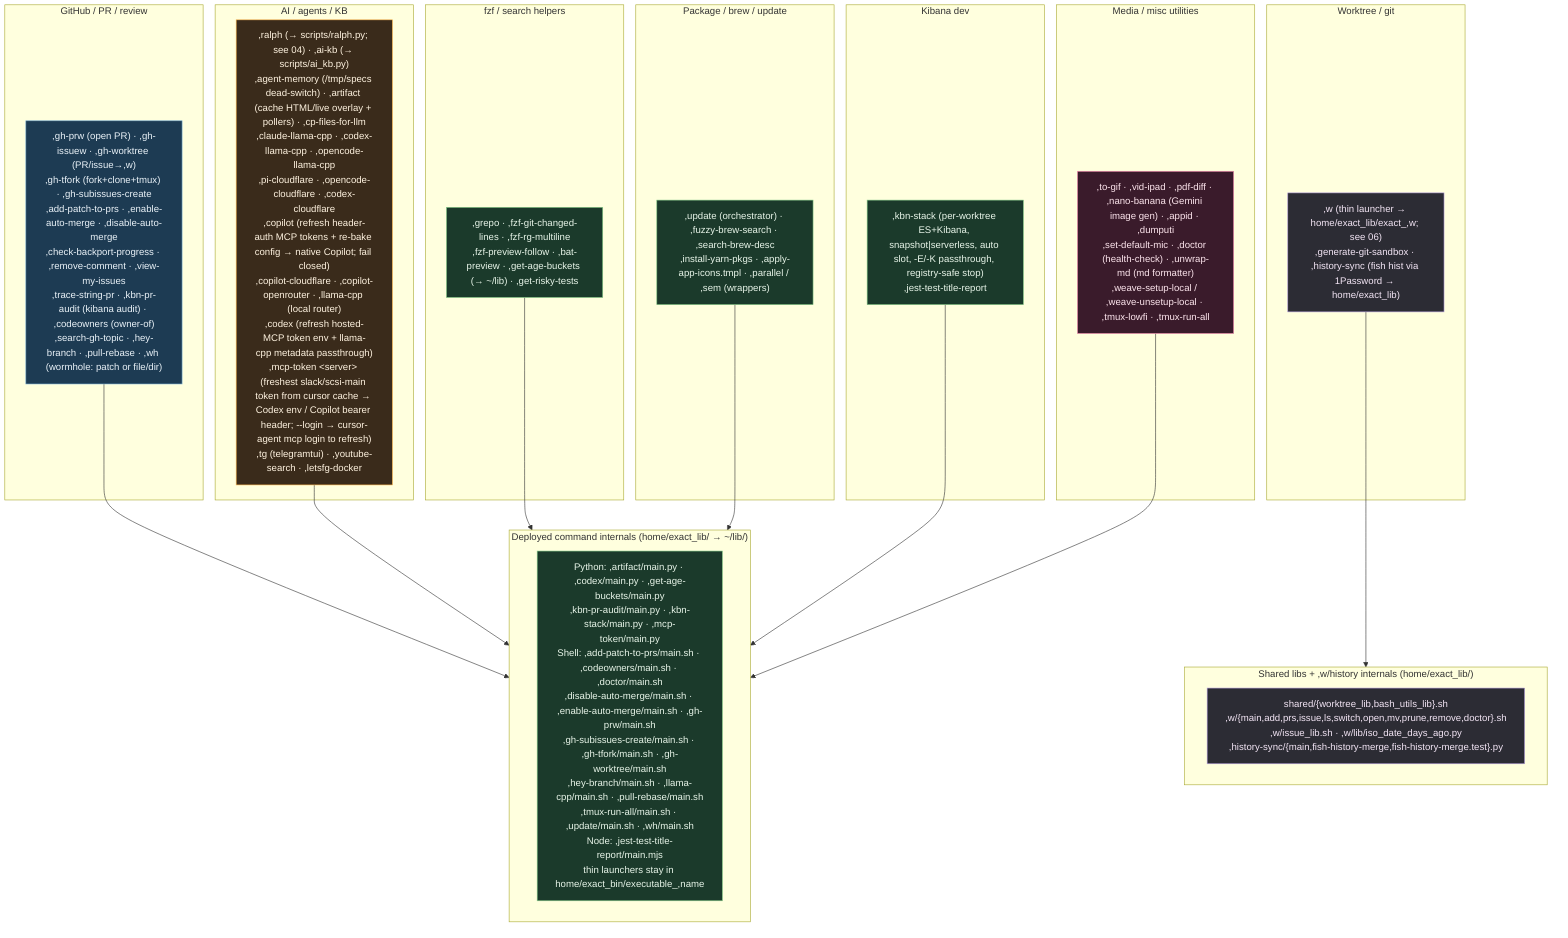
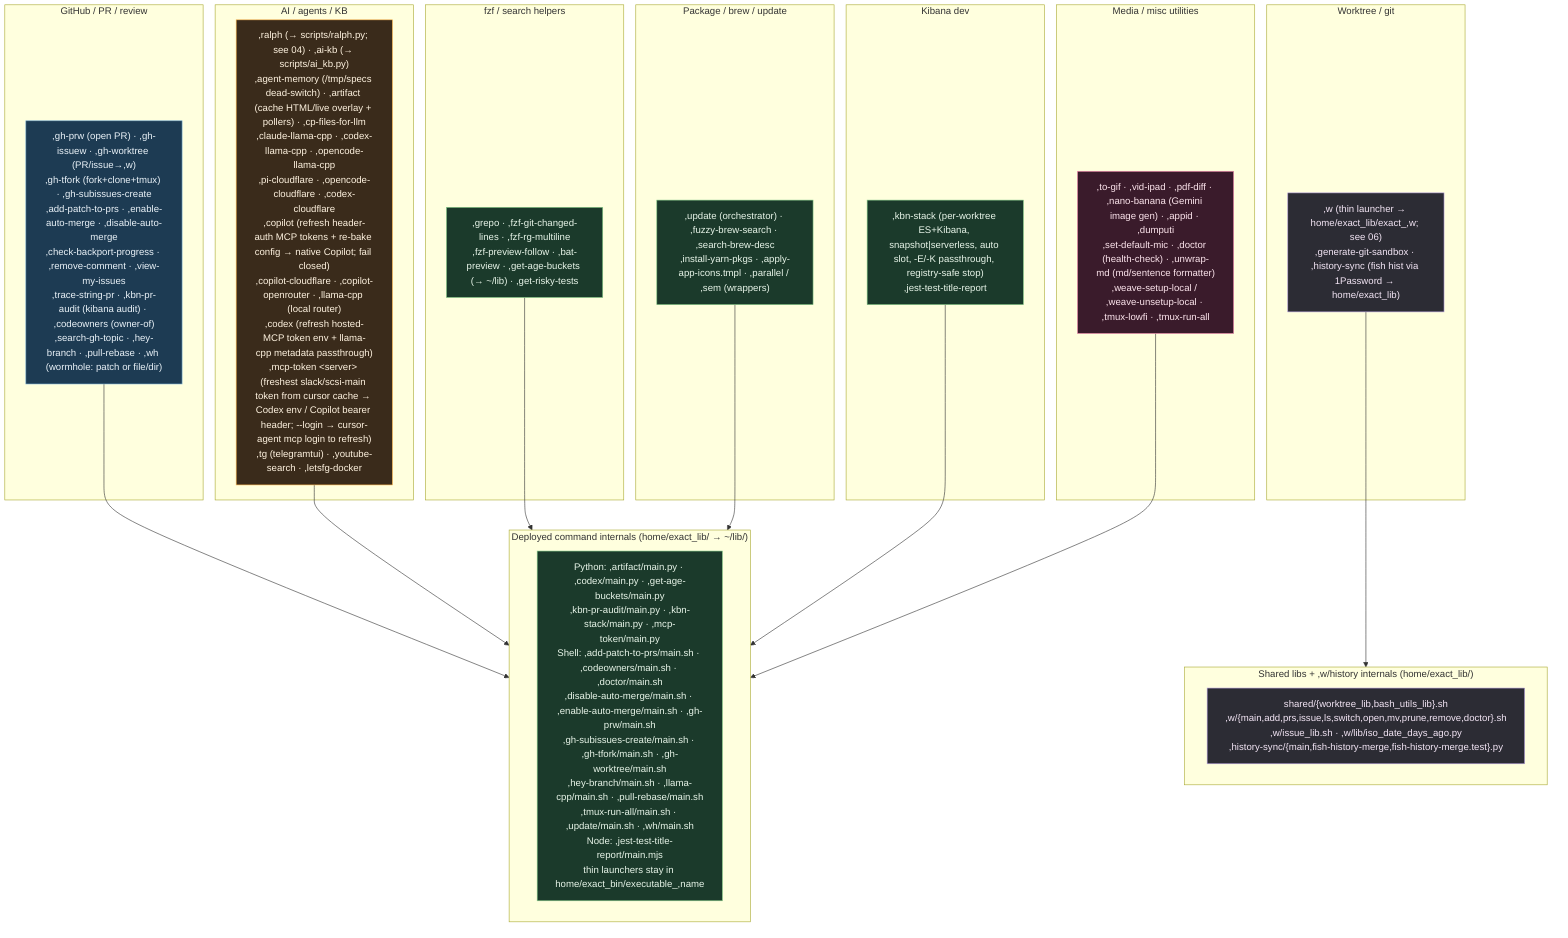
%% ============================================================================
%% 07c-bin-commands.mmd — Every thin command in home/exact_bin/ (70 thin commands)
%% plus deployed internals in home/exact_lib/ (40 command/shared library files).
%% executable_,* → ~/bin/,* (comma-prefixed user commands); home/exact_lib/exact_,name/
%% → ~/lib/,name/. verify-bin-surface keeps each command covered by fish
%% completions, docs, catalog, and non-orphaned command libraries.
%% ============================================================================
flowchart TB
    classDef gh fill:#1d3b53,stroke:#7fb3d5,color:#eaf2f8;
    classDef wt fill:#2c2c34,stroke:#b39ddb,color:#f3e5f5;
    classDef ai fill:#3a2b1b,stroke:#ffb74d,color:#fff3e0;
    classDef media fill:#3a1b2b,stroke:#f48fb1,color:#fce4ec;
    classDef sys fill:#1b3a2b,stroke:#81c784,color:#e8f5e9;

    subgraph GHC["GitHub / PR / review"]
        G[",gh-prw (open PR) · ,gh-issuew · ,gh-worktree (PR/issue→,w)<br/>,gh-tfork (fork+clone+tmux) · ,gh-subissues-create<br/>,add-patch-to-prs · ,enable-auto-merge · ,disable-auto-merge<br/>,check-backport-progress · ,remove-comment · ,view-my-issues<br/>,trace-string-pr · ,kbn-pr-audit (kibana audit) · ,codeowners (owner-of)<br/>,search-gh-topic · ,hey-branch · ,pull-rebase · ,wh (wormhole: patch or file/dir)"]:::gh
    end

    subgraph WTC["Worktree / git"]
        W[",w (thin launcher → home/exact_lib/exact_,w; see 06)<br/>,generate-git-sandbox · ,history-sync (fish hist via 1Password → home/exact_lib)"]:::wt
    end

    subgraph AIC["AI / agents / KB"]
        A[",ralph (→ scripts/ralph.py; see 04) · ,ai-kb (→ scripts/ai_kb.py)<br/>,agent-memory (/tmp/specs dead-switch) · ,artifact (cache HTML/live overlay + pollers) · ,cp-files-for-llm<br/>,claude-llama-cpp · ,codex-llama-cpp · ,opencode-llama-cpp<br/>,pi-cloudflare · ,opencode-cloudflare · ,codex-cloudflare<br/>,copilot (refresh header-auth MCP tokens + re-bake config → native Copilot; fail closed)<br/>,copilot-cloudflare · ,copilot-openrouter · ,llama-cpp (local router)<br/>,codex (refresh hosted-MCP token env + llama-cpp metadata passthrough)<br/>,mcp-token &lt;server&gt; (freshest slack/scsi-main token from cursor cache → Codex env / Copilot bearer header; --login → cursor-agent mcp login to refresh)<br/>,tg (telegramtui) · ,youtube-search · ,letsfg-docker"]:::ai
    end

    subgraph FZFC["fzf / search helpers"]
        F[",grepo · ,fzf-git-changed-lines · ,fzf-rg-multiline<br/>,fzf-preview-follow · ,bat-preview · ,get-age-buckets (→ ~/lib) · ,get-risky-tests"]:::sys
    end

    subgraph PKGC["Package / brew / update"]
        P[",update (orchestrator) · ,fuzzy-brew-search · ,search-brew-desc<br/>,install-yarn-pkgs · ,apply-app-icons.tmpl · ,parallel / ,sem (wrappers)"]:::sys
    end

    subgraph KBNC["Kibana dev"]
        K[",kbn-stack (per-worktree ES+Kibana, snapshot|serverless, auto slot, -E/-K passthrough, registry-safe stop)<br/>,jest-test-title-report"]:::sys
    end

    subgraph MEDIA["Media / misc utilities"]
-         M[",to-gif · ,vid-ipad · ,pdf-diff · ,nano-banana (Gemini image gen) · ,appid · ,dumputi<br/>,set-default-mic · ,doctor (health-check) · ,unwrap-md (md formatter)<br/>,weave-setup-local / ,weave-unsetup-local · ,tmux-lowfi · ,tmux-run-all"]:::media
+         M[",to-gif · ,vid-ipad · ,pdf-diff · ,nano-banana (Gemini image gen) · ,appid · ,dumputi<br/>,set-default-mic · ,doctor (health-check) · ,unwrap-md (md/sentence formatter)<br/>,weave-setup-local / ,weave-unsetup-local · ,tmux-lowfi · ,tmux-run-all"]:::media
    end

    subgraph LIBS["Shared libs + ,w/history internals (home/exact_lib/)"]
        L["shared/{worktree_lib,bash_utils_lib}.sh<br/>,w/{main,add,prs,issue,ls,switch,open,mv,prune,remove,doctor}.sh<br/>,w/issue_lib.sh · ,w/lib/iso_date_days_ago.py<br/>,history-sync/{main,fish-history-merge,fish-history-merge.test}.py"]:::wt
    end
    W --> LIBS

    subgraph CMDLIBS["Deployed command internals (home/exact_lib/ → ~/lib/)"]
        CL["Python: ,artifact/main.py · ,codex/main.py · ,get-age-buckets/main.py<br/>,kbn-pr-audit/main.py · ,kbn-stack/main.py · ,mcp-token/main.py<br/>Shell: ,add-patch-to-prs/main.sh · ,codeowners/main.sh · ,doctor/main.sh<br/>,disable-auto-merge/main.sh · ,enable-auto-merge/main.sh · ,gh-prw/main.sh<br/>,gh-subissues-create/main.sh · ,gh-tfork/main.sh · ,gh-worktree/main.sh<br/>,hey-branch/main.sh · ,llama-cpp/main.sh · ,pull-rebase/main.sh<br/>,tmux-run-all/main.sh · ,update/main.sh · ,wh/main.sh<br/>Node: ,jest-test-title-report/main.mjs<br/>thin launchers stay in home/exact_bin/executable_,name"]:::sys
    end
    G --> CMDLIBS
    A --> CMDLIBS
    F --> CMDLIBS
    P --> CMDLIBS
    K --> CMDLIBS
    M --> CMDLIBS
